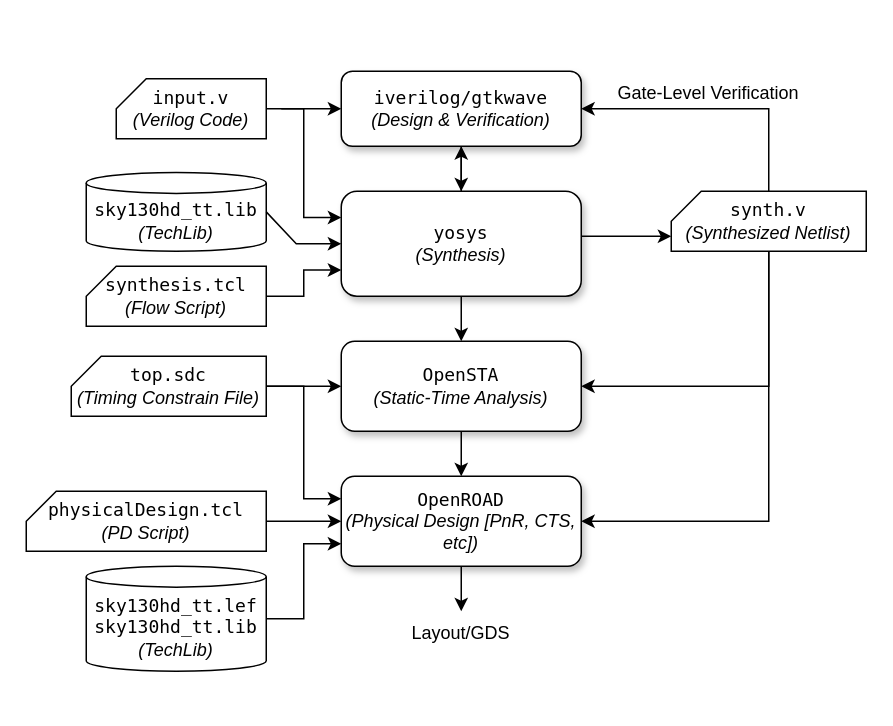
The draw.io diagram figs/rtl2gds-toolchain.drawio in mixignal/Agentic-RTL2GDS-VLSID25, before the edit. Source tidied: cells renumbered, new cells numbered last; positions are measured from the earlier drawing's top-left corner, leaving out a move shared by most shapes. Both pictures are drawn from the tidied source at 150%, with x=0, y=0 at pixel (26, 70).
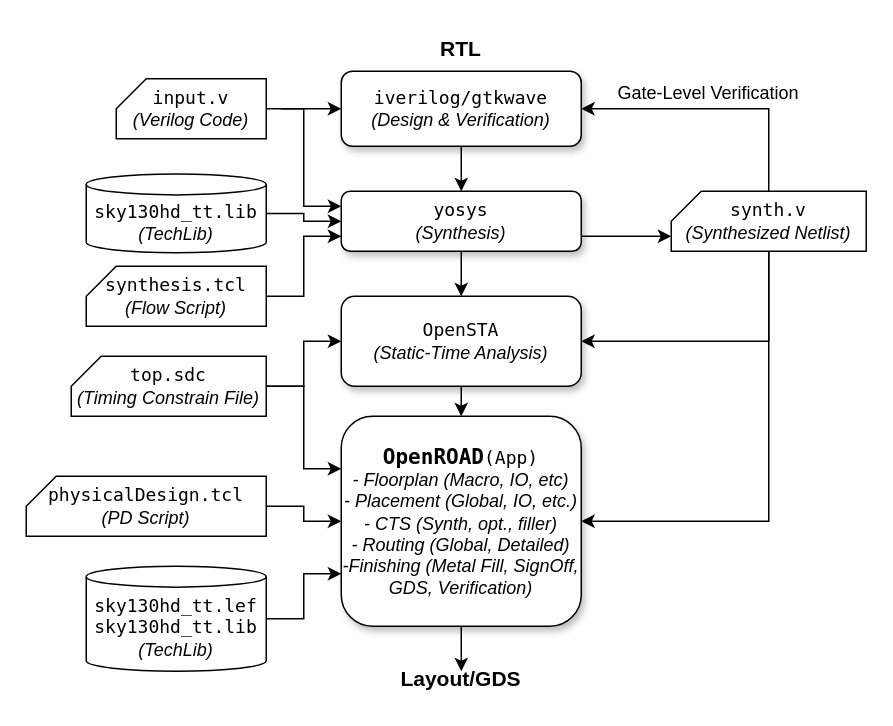
The same page after the edit.

The change refers to these unchanged cells:
```xml
<mxCell id="2" value="&lt;font face=&quot;Lucida Console&quot;&gt;iverilog/gtkwave&lt;/font&gt;&lt;div&gt;&lt;i&gt;(Design &amp;amp; Verification)&lt;/i&gt;&lt;/div&gt;" style="rounded=1;whiteSpace=wrap;html=1;fontSize=12;glass=0;strokeWidth=1;shadow=1;" parent="1" vertex="1">
  <mxGeometry x="210" width="160" height="50" as="geometry" />
</mxCell>
<mxCell id="24" value="&lt;div&gt;&lt;span style=&quot;background-color: initial;&quot;&gt;&lt;font face=&quot;Lucida Console&quot;&gt;top.sdc&lt;/font&gt;&lt;/span&gt;&lt;/div&gt;&lt;div&gt;&lt;i style=&quot;background-color: initial;&quot;&gt;(Timing Constrain File)&lt;/i&gt;&lt;br&gt;&lt;/div&gt;" style="shape=card;whiteSpace=wrap;html=1;size=20;" parent="1" vertex="1">
  <mxGeometry x="30" y="190" width="130" height="40" as="geometry" />
</mxCell>
```

Change to the diagram source:
```diff
@@
+    <mxCell id="32" style="edgeStyle=orthogonalEdgeStyle;rounded=0;jettySize=auto;html=1;exitX=0.5;exitY=1;exitDx=0;exitDy=0;entryX=0.5;entryY=0;entryDx=0;entryDy=0;" parent="1" edge="1" source="2" target="5">
+      <mxGeometry relative="1" as="geometry" />
+    </mxCell>
@@
-    <mxCell id="4" style="edgeStyle=orthogonalEdgeStyle;rounded=0;jettySize=auto;html=1;" parent="1" edge="1" source="5" target="2">
-      <mxGeometry relative="1" as="geometry" />
-    </mxCell>
     <mxCell id="5" value="&lt;div&gt;&lt;font face=&quot;Lucida Console&quot;&gt;yosys&lt;/font&gt;&lt;/div&gt;&lt;div&gt;&lt;i&gt;(Synthesis)&lt;/i&gt;&lt;/div&gt;" style="rounded=1;whiteSpace=wrap;html=1;fontSize=12;glass=0;strokeWidth=1;shadow=1;" parent="1" vertex="1">
-      <mxGeometry x="210" y="80" width="160" height="70" as="geometry" />
+      <mxGeometry x="210" y="80" width="160" height="40" as="geometry" />
     </mxCell>
@@
-    <mxCell id="8" style="endArrow=classic;html=1;rounded=0;entryX=0.5;entryY=0;entryDx=0;entryDy=0;" parent="1" edge="1" target="5">
-      <mxGeometry relative="1" as="geometry">
-        <mxPoint x="290" y="50" as="sourcePoint" />
-      </mxGeometry>
-    </mxCell>
@@
+    <mxCell id="15" style="edgeStyle=orthogonalEdgeStyle;rounded=0;jettySize=auto;html=1;exitX=1;exitY=0.5;exitDx=0;exitDy=0;exitPerimeter=0;entryX=0;entryY=0.5;entryDx=0;entryDy=0;" parent="1" edge="1" source="14" target="5">
+      <mxGeometry relative="1" as="geometry" />
+    </mxCell>
     <mxCell id="14" value="&lt;div&gt;&lt;span style=&quot;background-color: initial;&quot;&gt;&lt;font face=&quot;Lucida Console&quot;&gt;sky130hd_tt.lib&lt;/font&gt;&lt;/span&gt;&lt;/div&gt;&lt;div&gt;&lt;i style=&quot;background-color: initial;&quot;&gt;(TechLib)&lt;/i&gt;&lt;br&gt;&lt;/div&gt;" style="shape=cylinder3;whiteSpace=wrap;html=1;boundedLbl=1;backgroundOutline=1;size=6.960327148437443;" parent="1" vertex="1">
-      <mxGeometry x="40" y="67.5" width="120" height="52.5" as="geometry" />
+      <mxGeometry x="40" y="68.5" width="120" height="52.5" as="geometry" />
     </mxCell>
-    <mxCell id="15" style="endArrow=classic;html=1;rounded=0;entryX=0;entryY=0.5;entryDx=0;entryDy=0;exitX=1;exitY=0.5;exitDx=0;exitDy=0;exitPerimeter=0;" parent="1" edge="1" source="14" target="5">
-      <mxGeometry relative="1" as="geometry">
-        <Array as="points">
-          <mxPoint x="180" y="115" />
-        </Array>
-      </mxGeometry>
-    </mxCell>
@@
     <mxCell id="20" value="&lt;div&gt;&lt;font face=&quot;Lucida Console&quot;&gt;OpenSTA&lt;/font&gt;&lt;/div&gt;&lt;div&gt;&lt;i&gt;(Static-Time Analysis)&lt;/i&gt;&lt;/div&gt;" style="rounded=1;whiteSpace=wrap;html=1;fontSize=12;glass=0;strokeWidth=1;shadow=1;" parent="1" vertex="1">
-      <mxGeometry x="210" y="180" width="160" height="60" as="geometry" />
+      <mxGeometry x="210" y="150" width="160" height="60" as="geometry" />
     </mxCell>
@@
+    <mxCell id="23" style="edgeStyle=orthogonalEdgeStyle;rounded=0;jettySize=auto;html=1;exitX=1;exitY=0.5;exitDx=0;exitDy=0;exitPerimeter=0;entryX=0;entryY=0.25;entryDx=0;entryDy=0;" parent="1" edge="1" source="24" target="26">
+      <mxGeometry relative="1" as="geometry" />
+    </mxCell>
-    <mxCell id="22" style="edgeStyle=none;rounded=0;jettySize=auto;html=1;exitX=1;exitY=0.5;exitDx=0;exitDy=0;exitPerimeter=0;entryX=0;entryY=0.5;entryDx=0;entryDy=0;" parent="1" edge="1" source="24" target="20">
+    <mxCell id="22" style="edgeStyle=orthogonalEdgeStyle;rounded=0;jettySize=auto;html=1;exitX=1;exitY=0.5;exitDx=0;exitDy=0;exitPerimeter=0;entryX=0;entryY=0.5;entryDx=0;entryDy=0;" parent="1" edge="1" source="24" target="20">
       <mxGeometry relative="1" as="geometry" />
     </mxCell>
-    <mxCell id="23" style="edgeStyle=orthogonalEdgeStyle;rounded=0;jettySize=auto;html=1;exitX=1;exitY=0.5;exitDx=0;exitDy=0;exitPerimeter=0;entryX=0;entryY=0.25;entryDx=0;entryDy=0;" parent="1" edge="1" source="24" target="26">
-      <mxGeometry relative="1" as="geometry" />
-    </mxCell>
@@
     <mxCell id="25" style="edgeStyle=orthogonalEdgeStyle;rounded=0;jettySize=auto;html=1;exitX=0.5;exitY=1;exitDx=0;exitDy=0;" parent="1" edge="1" source="26">
       <mxGeometry relative="1" as="geometry">
-        <mxPoint x="290" y="360" as="targetPoint" />
+        <mxPoint x="290" y="400" as="targetPoint" />
       </mxGeometry>
     </mxCell>
-    <mxCell id="26" value="&lt;div&gt;&lt;font face=&quot;Lucida Console&quot;&gt;OpenROAD&lt;/font&gt;&lt;/div&gt;&lt;div&gt;&lt;i&gt;(Physical Design [PnR, CTS, etc])&lt;/i&gt;&lt;/div&gt;" style="rounded=1;whiteSpace=wrap;html=1;fontSize=12;glass=0;strokeWidth=1;shadow=1;" parent="1" vertex="1">
-      <mxGeometry x="210" y="270" width="160" height="60" as="geometry" />
+    <mxCell id="26" value="&lt;div&gt;&lt;font face=&quot;Lucida Console&quot;&gt;&lt;b&gt;&lt;font style=&quot;font-size: 14px;&quot;&gt;OpenROAD&lt;/font&gt;&lt;/b&gt;(App)&lt;/font&gt;&lt;/div&gt;&lt;div&gt;&lt;i&gt;- Floorplan (Macro, IO, etc)&lt;/i&gt;&lt;/div&gt;&lt;div&gt;&lt;i&gt;- Placement (Global, IO, etc.)&lt;/i&gt;&lt;/div&gt;&lt;div&gt;&lt;i&gt;- CTS (Synth, opt., filler)&lt;/i&gt;&lt;/div&gt;&lt;div&gt;&lt;i&gt;- Routing (Global, Detailed)&lt;/i&gt;&lt;/div&gt;&lt;div&gt;&lt;i&gt;-Finishing (Metal Fill, SignOff, GDS, Verification)&lt;/i&gt;&lt;/div&gt;" style="rounded=1;whiteSpace=wrap;html=1;fontSize=12;glass=0;strokeWidth=1;shadow=1;" parent="1" vertex="1">
+      <mxGeometry x="210" y="230" width="160" height="140" as="geometry" />
     </mxCell>
-    <mxCell id="27" value="Layout/GDS" style="text;strokeColor=none;align=center;fillColor=none;html=1;verticalAlign=middle;whiteSpace=wrap;rounded=0;" parent="1" vertex="1">
-      <mxGeometry x="225" y="360" width="130" height="30" as="geometry" />
+    <mxCell id="27" value="&lt;b&gt;&lt;font style=&quot;font-size: 14px;&quot;&gt;Layout/GDS&lt;/font&gt;&lt;/b&gt;" style="text;strokeColor=none;align=center;fillColor=none;html=1;verticalAlign=middle;whiteSpace=wrap;rounded=0;" parent="1" vertex="1">
+      <mxGeometry x="225" y="390" width="130" height="30" as="geometry" />
     </mxCell>
@@
     <mxCell id="29" value="&lt;div&gt;&lt;span style=&quot;background-color: initial;&quot;&gt;&lt;font face=&quot;Lucida Console&quot;&gt;physicalDesign.tcl&lt;/font&gt;&lt;/span&gt;&lt;/div&gt;&lt;div&gt;&lt;i style=&quot;background-color: initial;&quot;&gt;(PD Script)&lt;/i&gt;&lt;br&gt;&lt;/div&gt;" style="shape=card;whiteSpace=wrap;html=1;size=20;" parent="1" vertex="1">
-      <mxGeometry y="280" width="160" height="40" as="geometry" />
+      <mxGeometry y="270" width="160" height="40" as="geometry" />
     </mxCell>
@@
+    <mxCell id="33" value="&lt;b&gt;&lt;font style=&quot;font-size: 14px;&quot;&gt;RTL&lt;/font&gt;&lt;/b&gt;" style="text;strokeColor=none;align=center;fillColor=none;html=1;verticalAlign=middle;whiteSpace=wrap;rounded=0;" parent="1" vertex="1">
+      <mxGeometry x="225" y="-30" width="130" height="30" as="geometry" />
+    </mxCell>
```
